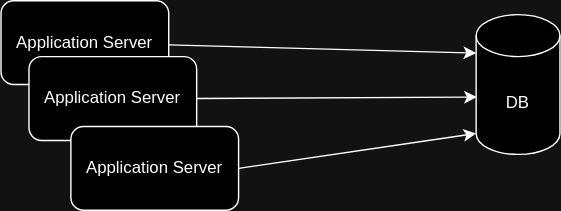
Before: assets/images/post/database-ha/ha1.drawio.svg, a diagram exported from draw.io (YuSun0804/YuSun0804.github.io). Source tidied: cells renumbered, new cells last; positions are measured from the earlier drawing's top-left corner, leaving out a move shared by most shapes.
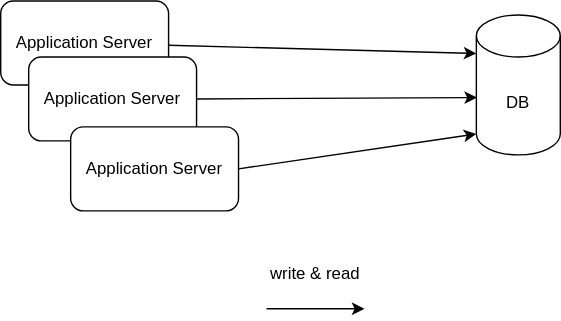
The same diagram one commit later.

Diff of the diagram source:
```diff
@@ -2,26 +2,35 @@
   <root>
     <mxCell id="0" />
     <mxCell id="1" parent="0" />
-    <mxCell id="2" value="Application Server" style="rounded=1;whiteSpace=wrap;html=1;" parent="1" vertex="1">
-      <mxGeometry width="120" height="60" as="geometry" />
-    </mxCell>
+    <mxCell id="9" style="endArrow=classic;html=1;rounded=0;" parent="1" edge="1">
+      <mxGeometry relative="1" as="geometry">
+        <mxPoint x="190" y="220" as="sourcePoint" />
+        <mxPoint x="260" y="220" as="targetPoint" />
+      </mxGeometry>
+    </mxCell>
+    <mxCell id="10" value="write &amp;amp; read" style="text;html=1;strokeColor=none;fillColor=none;align=center;verticalAlign=middle;whiteSpace=wrap;rounded=0;" parent="1" vertex="1">
+      <mxGeometry x="180" y="180" width="90" height="30" as="geometry" />
+    </mxCell>
+    <mxCell id="11" value="Application Server" style="rounded=1;whiteSpace=wrap;html=1;" parent="1" vertex="1">
+      <mxGeometry width="120" height="60" as="geometry" />
+    </mxCell>
     <mxCell id="3" value="DB" style="shape=cylinder3;whiteSpace=wrap;html=1;boundedLbl=1;backgroundOutline=1;size=15;" parent="1" vertex="1">
       <mxGeometry x="340" y="10" width="60" height="100" as="geometry" />
     </mxCell>
-    <mxCell id="4" value="Application Server" style="rounded=1;whiteSpace=wrap;html=1;" parent="1" vertex="1">
-      <mxGeometry x="20" y="40" width="120" height="60" as="geometry" />
-    </mxCell>
-    <mxCell id="5" value="Application Server" style="rounded=1;whiteSpace=wrap;html=1;" parent="1" vertex="1">
-      <mxGeometry x="50" y="90" width="120" height="60" as="geometry" />
-    </mxCell>
-    <mxCell id="6" style="endArrow=classic;html=1;rounded=0;entryX=0;entryY=0;entryDx=0;entryDy=27.5;entryPerimeter=0;" parent="1" edge="1" source="2" target="3">
-      <mxGeometry relative="1" as="geometry" />
-    </mxCell>
-    <mxCell id="7" style="endArrow=classic;html=1;rounded=0;exitX=1;exitY=0.5;exitDx=0;exitDy=0;entryX=0.008;entryY=0.59;entryDx=0;entryDy=0;entryPerimeter=0;" parent="1" edge="1" source="4" target="3">
-      <mxGeometry relative="1" as="geometry" />
-    </mxCell>
-    <mxCell id="8" style="endArrow=classic;html=1;rounded=0;exitX=1;exitY=0.5;exitDx=0;exitDy=0;entryX=0;entryY=1;entryDx=0;entryDy=-15;entryPerimeter=0;" parent="1" edge="1" source="5" target="3">
-      <mxGeometry relative="1" as="geometry" />
-    </mxCell>
+    <mxCell id="12" value="Application Server" style="rounded=1;whiteSpace=wrap;html=1;" parent="1" vertex="1">
+      <mxGeometry x="20" y="40" width="120" height="60" as="geometry" />
+    </mxCell>
+    <mxCell id="13" value="Application Server" style="rounded=1;whiteSpace=wrap;html=1;" parent="1" vertex="1">
+      <mxGeometry x="50" y="90" width="120" height="60" as="geometry" />
+    </mxCell>
+    <mxCell id="14" style="endArrow=classic;html=1;rounded=0;entryX=0;entryY=0;entryDx=0;entryDy=27.5;entryPerimeter=0;" parent="1" edge="1" source="11" target="3">
+      <mxGeometry relative="1" as="geometry" />
+    </mxCell>
+    <mxCell id="15" style="endArrow=classic;html=1;rounded=0;exitX=1;exitY=0.5;exitDx=0;exitDy=0;entryX=0.008;entryY=0.59;entryDx=0;entryDy=0;entryPerimeter=0;" parent="1" edge="1" source="12" target="3">
+      <mxGeometry relative="1" as="geometry" />
+    </mxCell>
+    <mxCell id="16" style="endArrow=classic;html=1;rounded=0;exitX=1;exitY=0.5;exitDx=0;exitDy=0;entryX=0;entryY=1;entryDx=0;entryDy=-15;entryPerimeter=0;" parent="1" edge="1" source="13" target="3">
+      <mxGeometry relative="1" as="geometry" />
+    </mxCell>
   </root>
 </mxGraphModel>
```
